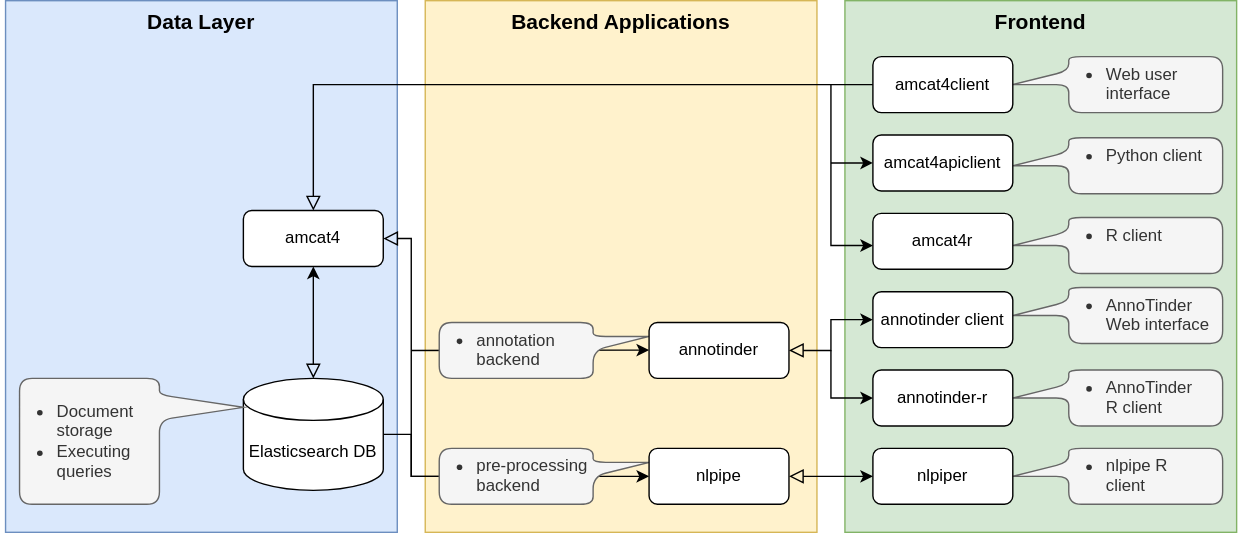
Earlier version of the draw.io export media/amcat-flow.drawio.svg (JBGruber/amcat-book). Source tidied: cells renumbered, new cells last; positions are measured from the earlier drawing's top-left corner, leaving out a move shared by most shapes. Its diagram source:
```xml
<mxGraphModel>
  <root>
    <mxCell id="0" />
    <mxCell id="1" parent="0" />
    <mxCell id="2" value="Data Layer" style="rounded=0;whiteSpace=wrap;html=1;strokeWidth=1;verticalAlign=top;fontStyle=1;fontSize=15;fillColor=#dae8fc;strokeColor=#6c8ebf;flipH=1;flipV=1;" parent="1" vertex="1">
      <mxGeometry width="280" height="380" as="geometry" />
    </mxCell>
    <mxCell id="3" value="amcat4" style="rounded=1;whiteSpace=wrap;html=1;fontSize=12;glass=0;strokeWidth=1;shadow=0;imageWidth=24;" parent="1" vertex="1">
      <mxGeometry x="170" y="150" width="100" height="40" as="geometry" />
    </mxCell>
    <mxCell id="4" value="Repair Lamp" style="rounded=1;whiteSpace=wrap;html=1;fontSize=12;glass=0;strokeWidth=1;shadow=0;" parent="1" vertex="1">
      <mxGeometry x="414" y="20" width="120" height="40" as="geometry" />
    </mxCell>
    <mxCell id="5" value="Elasticsearch DB" style="shape=cylinder3;whiteSpace=wrap;html=1;boundedLbl=1;backgroundOutline=1;size=15;" parent="1" vertex="1">
      <mxGeometry x="170" y="270" width="100" height="80" as="geometry" />
    </mxCell>
    <mxCell id="6" style="rounded=0;html=1;jettySize=auto;fontSize=11;endArrow=block;endFill=0;endSize=8;strokeWidth=1;shadow=0;labelBackgroundColor=none;edgeStyle=orthogonalEdgeStyle;exitX=0.5;exitY=1;exitDx=0;exitDy=0;entryX=0.5;entryY=0;entryDx=0;entryDy=0;entryPerimeter=0;startArrow=classic;startFill=1;" parent="1" edge="1" source="3" target="5">
      <mxGeometry x="0.08" y="20" relative="1" as="geometry">
        <Array as="points">
          <mxPoint x="220" y="190" />
          <mxPoint x="220" y="270" />
        </Array>
      </mxGeometry>
    </mxCell>
    <mxCell id="7" value="&lt;ul&gt;&lt;li&gt;Document storage&lt;/li&gt;&lt;li&gt;Executing queries&lt;/li&gt;&lt;/ul&gt;" style="shape=callout;whiteSpace=wrap;html=1;perimeter=calloutPerimeter;perimeterSpacing=0;rounded=1;position2=0.77;base=18;size=60;position=0.67;rotation=0;arcSize=18;align=left;verticalAlign=top;spacing=0;spacingRight=0;spacingLeft=-13;strokeWidth=1;fillColor=#f5f5f5;fontColor=#333333;strokeColor=#666666;direction=north;" parent="1" vertex="1">
      <mxGeometry x="10" y="270" width="160" height="90" as="geometry" />
    </mxCell>
    <mxCell id="8" style="rounded=1;whiteSpace=wrap;html=1;" parent="1" vertex="1">
      <mxGeometry x="340" y="90" width="120" height="60" as="geometry" />
    </mxCell>
    <mxCell id="9" value="Backend Applications" style="rounded=0;whiteSpace=wrap;html=1;strokeWidth=1;verticalAlign=top;fontStyle=1;fontSize=15;fillColor=#fff2cc;strokeColor=#d6b656;flipH=1;flipV=1;" parent="1" vertex="1">
      <mxGeometry x="300" width="280" height="380" as="geometry" />
    </mxCell>
    <mxCell id="10" value="Frontend" style="rounded=0;whiteSpace=wrap;html=1;strokeWidth=1;verticalAlign=top;fontStyle=1;fontSize=15;fillColor=#d5e8d4;strokeColor=#82b366;flipH=1;flipV=1;" parent="1" vertex="1">
      <mxGeometry x="600" width="280" height="380" as="geometry" />
    </mxCell>
    <mxCell id="11" style="rounded=0;html=1;jettySize=auto;fontSize=11;endArrow=block;endFill=0;endSize=8;strokeWidth=1;shadow=0;labelBackgroundColor=none;edgeStyle=orthogonalEdgeStyle;entryX=0.5;entryY=0;entryDx=0;entryDy=0;startArrow=classic;startFill=1;" parent="1" edge="1" source="35" target="3">
      <mxGeometry x="0.08" y="20" relative="1" as="geometry">
        <Array as="points">
          <mxPoint x="590" y="175" />
          <mxPoint x="590" y="60" />
          <mxPoint x="220" y="60" />
        </Array>
      </mxGeometry>
    </mxCell>
    <mxCell id="12" style="endArrow=classic;html=1;rounded=0;fontSize=15;entryX=0;entryY=0.5;entryDx=0;entryDy=0;" parent="1" edge="1" target="18">
      <mxGeometry relative="1" as="geometry">
        <mxPoint x="590" y="116" as="sourcePoint" />
      </mxGeometry>
    </mxCell>
    <mxCell id="13" value="&lt;ul&gt;&lt;li&gt;Web user interface&lt;/li&gt;&lt;/ul&gt;" style="shape=callout;whiteSpace=wrap;html=1;perimeter=calloutPerimeter;perimeterSpacing=0;rounded=1;position2=0.5;base=10;size=40;position=0.25;rotation=0;arcSize=18;align=left;verticalAlign=top;spacing=0;spacingRight=0;spacingLeft=-13;strokeWidth=1;fillColor=#f5f5f5;fontColor=#333333;strokeColor=#666666;direction=south;spacingBottom=0;spacingTop=-11;" parent="1" vertex="1">
      <mxGeometry x="720" y="40" width="150" height="40" as="geometry" />
    </mxCell>
    <mxCell id="14" style="endArrow=none;html=1;rounded=0;fontSize=15;entryX=0;entryY=0.5;entryDx=0;entryDy=0;endFill=0;" parent="1" edge="1" target="15">
      <mxGeometry relative="1" as="geometry">
        <mxPoint x="590" y="60" as="sourcePoint" />
      </mxGeometry>
    </mxCell>
    <mxCell id="15" value="amcat4client" style="rounded=1;whiteSpace=wrap;html=1;fontSize=12;glass=0;strokeWidth=1;shadow=0;" parent="1" vertex="1">
      <mxGeometry x="620" y="40" width="100" height="40" as="geometry" />
    </mxCell>
    <mxCell id="16" value="&lt;ul&gt;&lt;li&gt;Python client&lt;/li&gt;&lt;/ul&gt;" style="shape=callout;whiteSpace=wrap;html=1;perimeter=calloutPerimeter;perimeterSpacing=0;rounded=1;position2=0.5;base=10;size=40;position=0.25;rotation=0;arcSize=18;align=left;verticalAlign=top;spacing=0;spacingRight=0;spacingLeft=-13;strokeWidth=1;fillColor=#f5f5f5;fontColor=#333333;strokeColor=#666666;direction=south;spacingBottom=0;spacingTop=-11;" parent="1" vertex="1">
      <mxGeometry x="720" y="98" width="150" height="40" as="geometry" />
    </mxCell>
    <mxCell id="17" value="&lt;ul&gt;&lt;li&gt;R client&lt;/li&gt;&lt;/ul&gt;" style="shape=callout;whiteSpace=wrap;html=1;perimeter=calloutPerimeter;perimeterSpacing=0;rounded=1;position2=0.5;base=10;size=40;position=0.25;rotation=0;arcSize=18;align=left;verticalAlign=top;spacing=0;spacingRight=0;spacingLeft=-13;strokeWidth=1;fillColor=#f5f5f5;fontColor=#333333;strokeColor=#666666;direction=south;spacingBottom=0;spacingTop=-11;" parent="1" vertex="1">
      <mxGeometry x="720" y="155" width="150" height="40" as="geometry" />
    </mxCell>
    <mxCell id="18" value="amcat4apiclient" style="rounded=1;whiteSpace=wrap;html=1;fontSize=12;glass=0;strokeWidth=1;shadow=0;" parent="1" vertex="1">
      <mxGeometry x="620" y="96" width="100" height="40" as="geometry" />
    </mxCell>
    <mxCell id="19" style="endArrow=classic;html=1;rounded=0;fontSize=15;entryX=0;entryY=0.5;entryDx=0;entryDy=0;" parent="1" edge="1">
      <mxGeometry relative="1" as="geometry">
        <mxPoint x="290" y="250" as="sourcePoint" />
        <mxPoint x="460" y="249.8" as="targetPoint" />
      </mxGeometry>
    </mxCell>
    <mxCell id="20" value="&lt;ul&gt;&lt;li&gt;annotation backend&lt;/li&gt;&lt;/ul&gt;" style="shape=callout;whiteSpace=wrap;html=1;perimeter=calloutPerimeter;perimeterSpacing=0;rounded=1;position2=0.75;base=10;size=40;position=0.5;rotation=0;arcSize=18;align=left;verticalAlign=top;spacing=0;spacingRight=0;spacingLeft=-13;strokeWidth=1;fillColor=#f5f5f5;fontColor=#333333;strokeColor=#666666;direction=north;spacingBottom=0;spacingTop=-11;" parent="1" vertex="1">
      <mxGeometry x="310" y="230" width="150" height="40" as="geometry" />
    </mxCell>
    <mxCell id="21" style="edgeStyle=orthogonalEdgeStyle;rounded=0;jettySize=auto;html=1;fontSize=15;endArrow=none;endFill=0;" parent="1" edge="1" source="24" target="5">
      <mxGeometry relative="1" as="geometry" />
    </mxCell>
    <mxCell id="22" value="annotinder" style="rounded=1;whiteSpace=wrap;html=1;fontSize=12;glass=0;strokeWidth=1;shadow=0;" parent="1" vertex="1">
      <mxGeometry x="460" y="230" width="100" height="40" as="geometry" />
    </mxCell>
    <mxCell id="23" style="rounded=0;html=1;jettySize=auto;fontSize=11;endArrow=block;endFill=0;endSize=8;strokeWidth=1;shadow=0;labelBackgroundColor=none;edgeStyle=orthogonalEdgeStyle;entryX=1;entryY=0.5;entryDx=0;entryDy=0;startArrow=classic;startFill=1;exitX=0;exitY=0.5;exitDx=0;exitDy=0;" parent="1" edge="1" source="25" target="3">
      <mxGeometry x="0.08" y="20" relative="1" as="geometry">
        <Array as="points">
          <mxPoint x="290" y="340" />
          <mxPoint x="290" y="170" />
        </Array>
      </mxGeometry>
    </mxCell>
    <mxCell id="24" value="&lt;ul&gt;&lt;li&gt;pre-processing backend&lt;/li&gt;&lt;/ul&gt;" style="shape=callout;whiteSpace=wrap;html=1;perimeter=calloutPerimeter;perimeterSpacing=0;rounded=1;position2=0.75;base=10;size=40;position=0.5;rotation=0;arcSize=18;align=left;verticalAlign=top;spacing=0;spacingRight=0;spacingLeft=-13;strokeWidth=1;fillColor=#f5f5f5;fontColor=#333333;strokeColor=#666666;direction=north;spacingBottom=0;spacingTop=-11;" parent="1" vertex="1">
      <mxGeometry x="310" y="320" width="150" height="40" as="geometry" />
    </mxCell>
    <mxCell id="25" value="nlpipe" style="rounded=1;whiteSpace=wrap;html=1;fontSize=12;glass=0;strokeWidth=1;shadow=0;" parent="1" vertex="1">
      <mxGeometry x="460" y="320" width="100" height="40" as="geometry" />
    </mxCell>
    <mxCell id="26" style="rounded=0;html=1;jettySize=auto;fontSize=11;endArrow=block;endFill=0;endSize=8;strokeWidth=1;shadow=0;labelBackgroundColor=none;edgeStyle=orthogonalEdgeStyle;entryX=1;entryY=0.5;entryDx=0;entryDy=0;startArrow=classic;startFill=1;exitX=0;exitY=0.5;exitDx=0;exitDy=0;" parent="1" edge="1" source="34" target="22">
      <mxGeometry x="0.08" y="20" relative="1" as="geometry">
        <Array as="points">
          <mxPoint x="590" y="228" />
          <mxPoint x="590" y="250" />
        </Array>
      </mxGeometry>
    </mxCell>
    <mxCell id="27" style="endArrow=classic;html=1;rounded=0;fontSize=15;entryX=0;entryY=0.5;entryDx=0;entryDy=0;" parent="1" edge="1" target="33">
      <mxGeometry relative="1" as="geometry">
        <mxPoint x="590" y="249.9" as="sourcePoint" />
        <Array as="points">
          <mxPoint x="590" y="284" />
        </Array>
      </mxGeometry>
    </mxCell>
    <mxCell id="28" style="rounded=0;html=1;jettySize=auto;orthogonalLoop=1;fontSize=11;endArrow=block;endFill=0;endSize=8;strokeWidth=1;shadow=0;labelBackgroundColor=none;edgeStyle=orthogonalEdgeStyle;startArrow=classic;startFill=1;" parent="1" edge="1">
      <mxGeometry x="0.08" y="20" relative="1" as="geometry">
        <mxPoint x="620" y="340" as="sourcePoint" />
        <mxPoint x="560" y="340" as="targetPoint" />
        <Array as="points">
          <mxPoint x="560" y="340" />
        </Array>
      </mxGeometry>
    </mxCell>
    <mxCell id="29" value="&lt;ul&gt;&lt;li&gt;AnnoTinder Web interface&lt;/li&gt;&lt;/ul&gt;" style="shape=callout;whiteSpace=wrap;html=1;perimeter=calloutPerimeter;perimeterSpacing=0;rounded=1;position2=0.5;base=10;size=40;position=0.25;rotation=0;arcSize=18;align=left;verticalAlign=top;spacing=0;spacingRight=0;spacingLeft=-13;strokeWidth=1;fillColor=#f5f5f5;fontColor=#333333;strokeColor=#666666;direction=south;spacingBottom=0;spacingTop=-11;" parent="1" vertex="1">
      <mxGeometry x="720" y="205" width="150" height="40" as="geometry" />
    </mxCell>
    <mxCell id="30" value="&lt;ul&gt;&lt;li&gt;AnnoTinder R client&lt;/li&gt;&lt;/ul&gt;" style="shape=callout;whiteSpace=wrap;html=1;perimeter=calloutPerimeter;perimeterSpacing=0;rounded=1;position2=0.5;base=10;size=40;position=0.25;rotation=0;arcSize=18;align=left;verticalAlign=top;spacing=0;spacingRight=13;spacingLeft=-13;strokeWidth=1;fillColor=#f5f5f5;fontColor=#333333;strokeColor=#666666;direction=south;spacingBottom=0;spacingTop=-11;" parent="1" vertex="1">
      <mxGeometry x="720" y="264" width="150" height="40" as="geometry" />
    </mxCell>
    <mxCell id="31" value="&lt;ul&gt;&lt;li&gt;nlpipe R client&lt;/li&gt;&lt;/ul&gt;" style="shape=callout;whiteSpace=wrap;html=1;perimeter=calloutPerimeter;perimeterSpacing=0;rounded=1;position2=0.5;base=10;size=40;position=0.25;rotation=0;arcSize=18;align=left;verticalAlign=top;spacing=0;spacingRight=13;spacingLeft=-13;strokeWidth=1;fillColor=#f5f5f5;fontColor=#333333;strokeColor=#666666;direction=south;spacingBottom=0;spacingTop=-11;" parent="1" vertex="1">
      <mxGeometry x="720" y="320" width="150" height="40" as="geometry" />
    </mxCell>
    <mxCell id="32" value="nlpiper" style="rounded=1;whiteSpace=wrap;html=1;fontSize=12;glass=0;strokeWidth=1;shadow=0;" parent="1" vertex="1">
      <mxGeometry x="620" y="320" width="100" height="40" as="geometry" />
    </mxCell>
    <mxCell id="33" value="&lt;div&gt;&lt;span style=&quot;background-color: initial;&quot;&gt;annotinder-r&lt;/span&gt;&lt;br&gt;&lt;/div&gt;" style="rounded=1;whiteSpace=wrap;html=1;fontSize=12;glass=0;strokeWidth=1;shadow=0;" parent="1" vertex="1">
      <mxGeometry x="620" y="264" width="100" height="40" as="geometry" />
    </mxCell>
    <mxCell id="34" value="annotinder client" style="rounded=1;whiteSpace=wrap;html=1;fontSize=12;glass=0;strokeWidth=1;shadow=0;" parent="1" vertex="1">
      <mxGeometry x="620" y="208" width="100" height="40" as="geometry" />
    </mxCell>
    <mxCell id="35" value="amcat4r" style="rounded=1;whiteSpace=wrap;html=1;fontSize=12;glass=0;strokeWidth=1;shadow=0;" parent="1" vertex="1">
      <mxGeometry x="620" y="152" width="100" height="40" as="geometry" />
    </mxCell>
  </root>
</mxGraphModel>
```
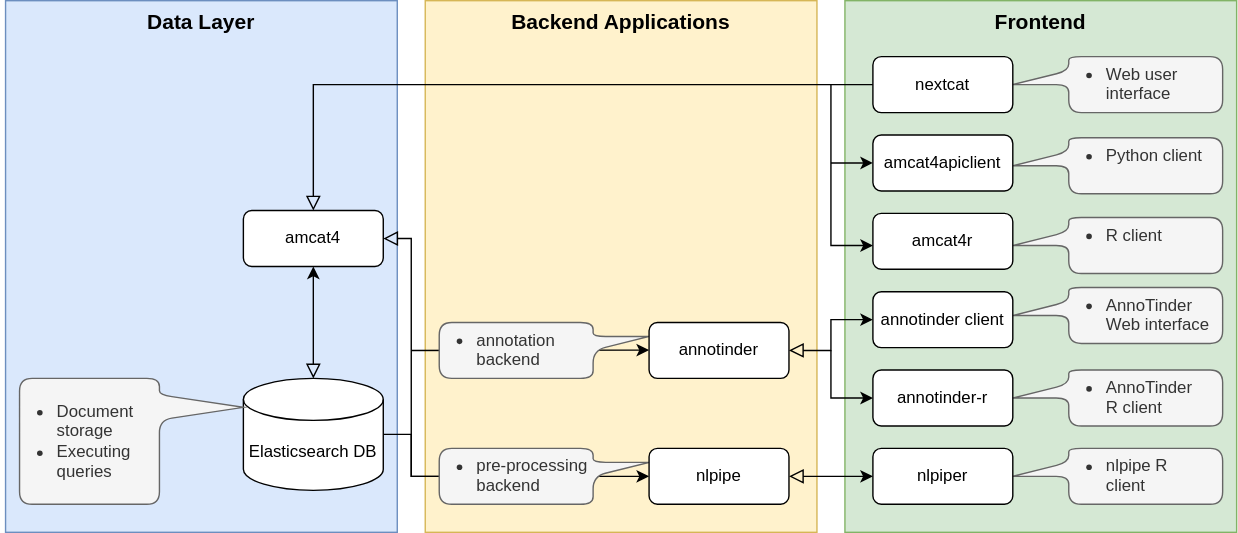
After the change.

What changed in the source:
```diff
@@ -56,7 +56,7 @@
         <mxPoint x="590" y="60" as="sourcePoint" />
       </mxGeometry>
     </mxCell>
-    <mxCell id="15" value="amcat4client" style="rounded=1;whiteSpace=wrap;html=1;fontSize=12;glass=0;strokeWidth=1;shadow=0;" parent="1" vertex="1">
+    <mxCell id="15" value="nextcat" style="rounded=1;whiteSpace=wrap;html=1;fontSize=12;glass=0;strokeWidth=1;shadow=0;" parent="1" vertex="1">
       <mxGeometry x="620" y="40" width="100" height="40" as="geometry" />
     </mxCell>
     <mxCell id="16" value="&lt;ul&gt;&lt;li&gt;Python client&lt;/li&gt;&lt;/ul&gt;" style="shape=callout;whiteSpace=wrap;html=1;perimeter=calloutPerimeter;perimeterSpacing=0;rounded=1;position2=0.5;base=10;size=40;position=0.25;rotation=0;arcSize=18;align=left;verticalAlign=top;spacing=0;spacingRight=0;spacingLeft=-13;strokeWidth=1;fillColor=#f5f5f5;fontColor=#333333;strokeColor=#666666;direction=south;spacingBottom=0;spacingTop=-11;" parent="1" vertex="1">
```
